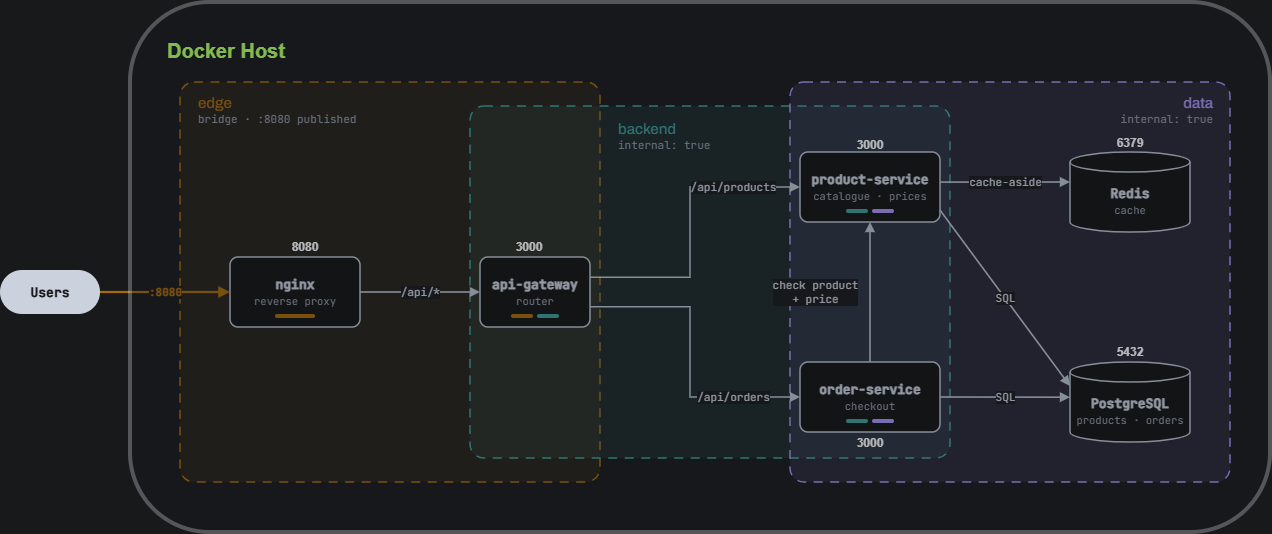
This is images/architecture.png from PreciousDipe/Microservices-Shop, a draw.io export, as it was before one commit. Source tidied: cells renumbered, new cells last; positions are measured from the earlier drawing's top-left corner, leaving out a move shared by most shapes. Its diagram source:
```xml
<mxGraphModel background="#F6F7F9">
  <root>
    <mxCell id="0" />
    <mxCell id="1" parent="0" />
    <mxCell id="2" style="rounded=1;absoluteArcSize=1;arcSize=28;html=1;fillColor=#D48A1A;fillOpacity=10;strokeColor=#D48A1A;strokeWidth=1.5;dashed=1;dashPattern=6 5;" parent="1" vertex="1">
      <mxGeometry x="180" y="80" width="420" height="400" as="geometry" />
    </mxCell>
    <mxCell id="3" style="rounded=1;absoluteArcSize=1;arcSize=28;html=1;fillColor=#1D8F8A;fillOpacity=10;strokeColor=#1D8F8A;strokeWidth=1.5;dashed=1;dashPattern=6 5;" parent="1" vertex="1">
      <mxGeometry x="470" y="104" width="480" height="352" as="geometry" />
    </mxCell>
    <mxCell id="4" style="rounded=1;absoluteArcSize=1;arcSize=28;html=1;fillColor=#6B4FC4;fillOpacity=12;strokeColor=#6B4FC4;strokeWidth=1.5;dashed=1;dashPattern=6 5;" parent="1" vertex="1">
      <mxGeometry x="790" y="80" width="440" height="400" as="geometry" />
    </mxCell>
    <mxCell id="5" value="edge" style="text;html=1;align=left;verticalAlign=middle;fontStyle=1;fontSize=15;fontColor=#D48A1A;fontFamily=Archivo;fontSource=https%3A%2F%2Ffonts.googleapis.com%2Fcss%3Ffamily%3DArchivo;" parent="1" vertex="1">
      <mxGeometry x="196" y="90" width="120" height="20" as="geometry" />
    </mxCell>
    <mxCell id="6" value="bridge · :8080 published" style="text;html=1;align=left;verticalAlign=middle;fontSize=11;fontColor=#5D6779;fontFamily=JetBrains Mono;fontSource=https%3A%2F%2Ffonts.googleapis.com%2Fcss%3Ffamily%3DJetBrains%2BMono;" parent="1" vertex="1">
      <mxGeometry x="196" y="108" width="200" height="18" as="geometry" />
    </mxCell>
    <mxCell id="7" value="backend" style="text;html=1;align=left;verticalAlign=middle;fontStyle=1;fontSize=15;fontColor=#1D8F8A;fontFamily=Archivo;fontSource=https%3A%2F%2Ffonts.googleapis.com%2Fcss%3Ffamily%3DArchivo;" parent="1" vertex="1">
      <mxGeometry x="616" y="116" width="120" height="20" as="geometry" />
    </mxCell>
    <mxCell id="8" value="internal: true" style="text;html=1;align=left;verticalAlign=middle;fontSize=11;fontColor=#5D6779;fontFamily=JetBrains Mono;fontSource=https%3A%2F%2Ffonts.googleapis.com%2Fcss%3Ffamily%3DJetBrains%2BMono;" parent="1" vertex="1">
      <mxGeometry x="616" y="134" width="140" height="18" as="geometry" />
    </mxCell>
    <mxCell id="9" value="data" style="text;html=1;align=right;verticalAlign=middle;fontStyle=1;fontSize=15;fontColor=#6B4FC4;fontFamily=Archivo;fontSource=https%3A%2F%2Ffonts.googleapis.com%2Fcss%3Ffamily%3DArchivo;" parent="1" vertex="1">
      <mxGeometry x="1094" y="90" width="120" height="20" as="geometry" />
    </mxCell>
    <mxCell id="10" value="internal: true" style="text;html=1;align=right;verticalAlign=middle;fontSize=11;fontColor=#5D6779;fontFamily=JetBrains Mono;fontSource=https%3A%2F%2Ffonts.googleapis.com%2Fcss%3Ffamily%3DJetBrains%2BMono;" parent="1" vertex="1">
      <mxGeometry x="1074" y="108" width="140" height="18" as="geometry" />
    </mxCell>
    <mxCell id="11" value="Users" style="rounded=1;arcSize=50;whiteSpace=wrap;html=1;fillColor=#1B2230;strokeColor=none;fontColor=#F6F7F9;fontSize=13;fontStyle=1;fontFamily=JetBrains Mono;fontSource=https%3A%2F%2Ffonts.googleapis.com%2Fcss%3Ffamily%3DJetBrains%2BMono;" parent="1" vertex="1">
      <mxGeometry y="268" width="100" height="44" as="geometry" />
    </mxCell>
    <mxCell id="12" value="&lt;b&gt;nginx&lt;/b&gt;&lt;br&gt;&lt;span style=&quot;font-size:10.5px;color:#5D6779&quot;&gt;reverse proxy&lt;/span&gt;" style="rounded=1;absoluteArcSize=1;arcSize=16;whiteSpace=wrap;html=1;fillColor=#FFFFFF;strokeColor=#2B3445;strokeWidth=1.5;fontSize=13;fontColor=#1B2230;fontFamily=JetBrains Mono;fontSource=https%3A%2F%2Ffonts.googleapis.com%2Fcss%3Ffamily%3DJetBrains%2BMono;" parent="1" vertex="1">
      <mxGeometry x="230" y="255" width="130" height="70" as="geometry" />
    </mxCell>
    <mxCell id="13" value="&lt;b&gt;api-gateway&lt;/b&gt;&lt;br&gt;&lt;span style=&quot;font-size:10.5px;color:#5D6779&quot;&gt;router&lt;/span&gt;" style="rounded=1;absoluteArcSize=1;arcSize=16;whiteSpace=wrap;html=1;fillColor=#FFFFFF;strokeColor=#2B3445;strokeWidth=1.5;fontSize=13;fontColor=#1B2230;fontFamily=JetBrains Mono;fontSource=https%3A%2F%2Ffonts.googleapis.com%2Fcss%3Ffamily%3DJetBrains%2BMono;" parent="1" vertex="1">
      <mxGeometry x="480" y="255" width="110" height="70" as="geometry" />
    </mxCell>
    <mxCell id="14" value="&lt;b&gt;product-service&lt;/b&gt;&lt;br&gt;&lt;span style=&quot;font-size:10.5px;color:#5D6779&quot;&gt;catalogue · prices&lt;/span&gt;" style="rounded=1;absoluteArcSize=1;arcSize=16;whiteSpace=wrap;html=1;fillColor=#FFFFFF;strokeColor=#2B3445;strokeWidth=1.5;fontSize=13;fontColor=#1B2230;fontFamily=JetBrains Mono;fontSource=https%3A%2F%2Ffonts.googleapis.com%2Fcss%3Ffamily%3DJetBrains%2BMono;" parent="1" vertex="1">
      <mxGeometry x="800" y="150" width="140" height="70" as="geometry" />
    </mxCell>
    <mxCell id="15" value="&lt;b&gt;order-service&lt;/b&gt;&lt;br&gt;&lt;span style=&quot;font-size:10.5px;color:#5D6779&quot;&gt;checkout&lt;/span&gt;" style="rounded=1;absoluteArcSize=1;arcSize=16;whiteSpace=wrap;html=1;fillColor=#FFFFFF;strokeColor=#2B3445;strokeWidth=1.5;fontSize=13;fontColor=#1B2230;fontFamily=JetBrains Mono;fontSource=https%3A%2F%2Ffonts.googleapis.com%2Fcss%3Ffamily%3DJetBrains%2BMono;" parent="1" vertex="1">
      <mxGeometry x="800" y="360" width="140" height="70" as="geometry" />
    </mxCell>
    <mxCell id="16" value="&lt;b&gt;Redis&lt;/b&gt;&lt;br&gt;&lt;span style=&quot;font-size:10.5px;color:#5D6779&quot;&gt;cache&lt;/span&gt;" style="shape=cylinder3;boundedLbl=1;backgroundOutline=1;size=10;whiteSpace=wrap;html=1;fillColor=#FFFFFF;strokeColor=#2B3445;strokeWidth=1.5;fontSize=13;fontColor=#1B2230;fontFamily=JetBrains Mono;fontSource=https%3A%2F%2Ffonts.googleapis.com%2Fcss%3Ffamily%3DJetBrains%2BMono;" parent="1" vertex="1">
      <mxGeometry x="1070" y="150" width="120" height="80" as="geometry" />
    </mxCell>
    <mxCell id="17" value="&lt;b&gt;PostgreSQL&lt;/b&gt;&lt;br&gt;&lt;span style=&quot;font-size:10.5px;color:#5D6779&quot;&gt;products · orders&lt;/span&gt;" style="shape=cylinder3;boundedLbl=1;backgroundOutline=1;size=10;whiteSpace=wrap;html=1;fillColor=#FFFFFF;strokeColor=#2B3445;strokeWidth=1.5;fontSize=13;fontColor=#1B2230;fontFamily=JetBrains Mono;fontSource=https%3A%2F%2Ffonts.googleapis.com%2Fcss%3Ffamily%3DJetBrains%2BMono;" parent="1" vertex="1">
      <mxGeometry x="1070" y="360" width="120" height="80" as="geometry" />
    </mxCell>
    <mxCell id="18" style="rounded=1;arcSize=50;fillColor=#D48A1A;strokeColor=none;" parent="1" vertex="1">
      <mxGeometry x="275" y="312" width="40" height="4" as="geometry" />
    </mxCell>
    <mxCell id="19" style="rounded=1;arcSize=50;fillColor=#D48A1A;strokeColor=none;" parent="1" vertex="1">
      <mxGeometry x="511" y="312" width="22" height="4" as="geometry" />
    </mxCell>
    <mxCell id="20" style="rounded=1;arcSize=50;fillColor=#1D8F8A;strokeColor=none;" parent="1" vertex="1">
      <mxGeometry x="537" y="312" width="22" height="4" as="geometry" />
    </mxCell>
    <mxCell id="21" style="rounded=1;arcSize=50;fillColor=#1D8F8A;strokeColor=none;" parent="1" vertex="1">
      <mxGeometry x="846" y="207" width="22" height="4" as="geometry" />
    </mxCell>
    <mxCell id="22" style="rounded=1;arcSize=50;fillColor=#6B4FC4;strokeColor=none;" parent="1" vertex="1">
      <mxGeometry x="872" y="207" width="22" height="4" as="geometry" />
    </mxCell>
    <mxCell id="23" style="rounded=1;arcSize=50;fillColor=#1D8F8A;strokeColor=none;" parent="1" vertex="1">
      <mxGeometry x="846" y="417" width="22" height="4" as="geometry" />
    </mxCell>
    <mxCell id="24" style="rounded=1;arcSize=50;fillColor=#6B4FC4;strokeColor=none;" parent="1" vertex="1">
      <mxGeometry x="872" y="417" width="22" height="4" as="geometry" />
    </mxCell>
    <mxCell id="25" value=":8080" style="html=1;endArrow=block;endFill=1;endSize=6;strokeColor=#D48A1A;strokeWidth=2.2;fontColor=#D48A1A;fontStyle=1;fontSize=11;labelBackgroundColor=#F6F7F9;exitX=1;exitY=0.5;entryX=0;entryY=0.5;fontFamily=JetBrains Mono;fontSource=https%3A%2F%2Ffonts.googleapis.com%2Fcss%3Ffamily%3DJetBrains%2BMono;" parent="1" edge="1" source="11" target="12">
      <mxGeometry relative="1" as="geometry" />
    </mxCell>
    <mxCell id="26" value="/api/*" style="html=1;endArrow=block;endFill=1;endSize=6;strokeColor=#2B3445;strokeWidth=1.6;fontColor=#1B2230;fontSize=11;labelBackgroundColor=#F6F7F9;exitX=1;exitY=0.5;entryX=0;entryY=0.5;fontFamily=JetBrains Mono;fontSource=https%3A%2F%2Ffonts.googleapis.com%2Fcss%3Ffamily%3DJetBrains%2BMono;" parent="1" edge="1" source="12" target="13">
      <mxGeometry relative="1" as="geometry" />
    </mxCell>
    <mxCell id="27" value="/api/products" style="html=1;edgeStyle=orthogonalEdgeStyle;rounded=0;endArrow=block;endFill=1;endSize=6;strokeColor=#2B3445;strokeWidth=1.6;fontColor=#1B2230;fontSize=11;labelBackgroundColor=#F6F7F9;exitX=1;exitY=0.29;entryX=0;entryY=0.5;fontFamily=JetBrains Mono;fontSource=https%3A%2F%2Ffonts.googleapis.com%2Fcss%3Ffamily%3DJetBrains%2BMono;" parent="1" edge="1" source="13" target="14">
      <mxGeometry x="0.55" relative="1" as="geometry">
        <Array as="points">
          <mxPoint x="690" y="275" />
          <mxPoint x="690" y="185" />
        </Array>
      </mxGeometry>
    </mxCell>
    <mxCell id="28" value="/api/orders" style="html=1;edgeStyle=orthogonalEdgeStyle;rounded=0;endArrow=block;endFill=1;endSize=6;strokeColor=#2B3445;strokeWidth=1.6;fontColor=#1B2230;fontSize=11;labelBackgroundColor=#F6F7F9;exitX=1;exitY=0.71;entryX=0;entryY=0.5;fontFamily=JetBrains Mono;fontSource=https%3A%2F%2Ffonts.googleapis.com%2Fcss%3Ffamily%3DJetBrains%2BMono;" parent="1" edge="1" source="13" target="15">
      <mxGeometry x="0.55" relative="1" as="geometry">
        <Array as="points">
          <mxPoint x="690" y="305" />
          <mxPoint x="690" y="395" />
        </Array>
      </mxGeometry>
    </mxCell>
    <mxCell id="29" value="check product&lt;br&gt;+ price" style="html=1;endArrow=block;endFill=1;endSize=6;strokeColor=#2B3445;strokeWidth=1.6;fontColor=#1B2230;fontSize=11;labelBackgroundColor=#F6F7F9;exitX=0.5;exitY=0;entryX=0.5;entryY=1;fontFamily=JetBrains Mono;fontSource=https%3A%2F%2Ffonts.googleapis.com%2Fcss%3Ffamily%3DJetBrains%2BMono;" parent="1" edge="1" source="15" target="14">
      <mxGeometry relative="1" as="geometry">
        <mxPoint x="-55" as="offset" />
      </mxGeometry>
    </mxCell>
    <mxCell id="30" value="cache-aside" style="html=1;endArrow=block;endFill=1;endSize=6;strokeColor=#2B3445;strokeWidth=1.6;fontColor=#1B2230;fontSize=11;labelBackgroundColor=#F6F7F9;exitX=1;exitY=0.43;entryX=0;entryY=0.375;fontFamily=JetBrains Mono;fontSource=https%3A%2F%2Ffonts.googleapis.com%2Fcss%3Ffamily%3DJetBrains%2BMono;" parent="1" edge="1" source="14" target="16">
      <mxGeometry relative="1" as="geometry" />
    </mxCell>
    <mxCell id="31" value="SQL" style="html=1;endArrow=block;endFill=1;endSize=6;strokeColor=#2B3445;strokeWidth=1.6;fontColor=#1B2230;fontSize=11;labelBackgroundColor=#F6F7F9;exitX=1;exitY=0.83;entryX=0;entryY=0.3;fontFamily=JetBrains Mono;fontSource=https%3A%2F%2Ffonts.googleapis.com%2Fcss%3Ffamily%3DJetBrains%2BMono;" parent="1" edge="1" source="14" target="17">
      <mxGeometry relative="1" as="geometry" />
    </mxCell>
    <mxCell id="32" value="SQL" style="html=1;endArrow=block;endFill=1;endSize=6;strokeColor=#2B3445;strokeWidth=1.6;fontColor=#1B2230;fontSize=11;labelBackgroundColor=#F6F7F9;exitX=1;exitY=0.5;entryX=0;entryY=0.44;fontFamily=JetBrains Mono;fontSource=https%3A%2F%2Ffonts.googleapis.com%2Fcss%3Ffamily%3DJetBrains%2BMono;" parent="1" edge="1" source="15" target="17">
      <mxGeometry relative="1" as="geometry" />
    </mxCell>
    <mxCell id="33" value="&lt;b&gt;8080&lt;/b&gt;" style="text;html=1;whiteSpace=wrap;strokeColor=none;fillColor=none;align=center;verticalAlign=middle;rounded=0;" parent="1" vertex="1">
      <mxGeometry x="275" y="230" width="60" height="30" as="geometry" />
    </mxCell>
    <mxCell id="34" value="&lt;b&gt;3000&lt;/b&gt;" style="text;html=1;whiteSpace=wrap;strokeColor=none;fillColor=none;align=center;verticalAlign=middle;rounded=0;" parent="1" vertex="1">
      <mxGeometry x="499" y="230" width="60" height="30" as="geometry" />
    </mxCell>
    <mxCell id="35" value="&lt;b&gt;3000&lt;/b&gt;" style="text;html=1;whiteSpace=wrap;strokeColor=none;fillColor=none;align=center;verticalAlign=middle;rounded=0;" parent="1" vertex="1">
      <mxGeometry x="840" y="128" width="60" height="30" as="geometry" />
    </mxCell>
    <mxCell id="36" value="&lt;b&gt;3000&lt;/b&gt;" style="text;html=1;whiteSpace=wrap;strokeColor=none;fillColor=none;align=center;verticalAlign=middle;rounded=0;" parent="1" vertex="1">
      <mxGeometry x="840" y="426" width="60" height="30" as="geometry" />
    </mxCell>
    <mxCell id="37" value="&lt;b&gt;5432&lt;/b&gt;" style="text;html=1;whiteSpace=wrap;strokeColor=none;fillColor=none;align=center;verticalAlign=middle;rounded=0;" parent="1" vertex="1">
      <mxGeometry x="1100" y="335" width="60" height="30" as="geometry" />
    </mxCell>
    <mxCell id="38" value="&lt;b&gt;6379&lt;/b&gt;" style="text;html=1;whiteSpace=wrap;strokeColor=none;fillColor=none;align=center;verticalAlign=middle;rounded=0;" parent="1" vertex="1">
      <mxGeometry x="1100" y="126" width="60" height="30" as="geometry" />
    </mxCell>
    <mxCell id="39" value="&lt;b&gt;&lt;font style=&quot;color: light-dark(rgb(179, 255, 102), rgb(179, 255, 102)); font-size: 20px;&quot;&gt;Docker Host&lt;/font&gt;&lt;/b&gt;" style="text;html=1;whiteSpace=wrap;strokeColor=none;fillColor=none;align=center;verticalAlign=middle;rounded=0;" parent="1" vertex="1">
      <mxGeometry x="153" y="18" width="146" height="60" as="geometry" />
    </mxCell>
    <mxCell id="40" style="rounded=1;whiteSpace=wrap;html=1;roundedPerimeter=1;fillColor=light-dark(#12161D,#12161D);opacity=30;strokeWidth=4;strokeColor=light-dark(#E3E7EE,#E3E7EE);" parent="1" vertex="1">
      <mxGeometry x="130" width="1140" height="530" as="geometry" />
    </mxCell>
  </root>
</mxGraphModel>
```
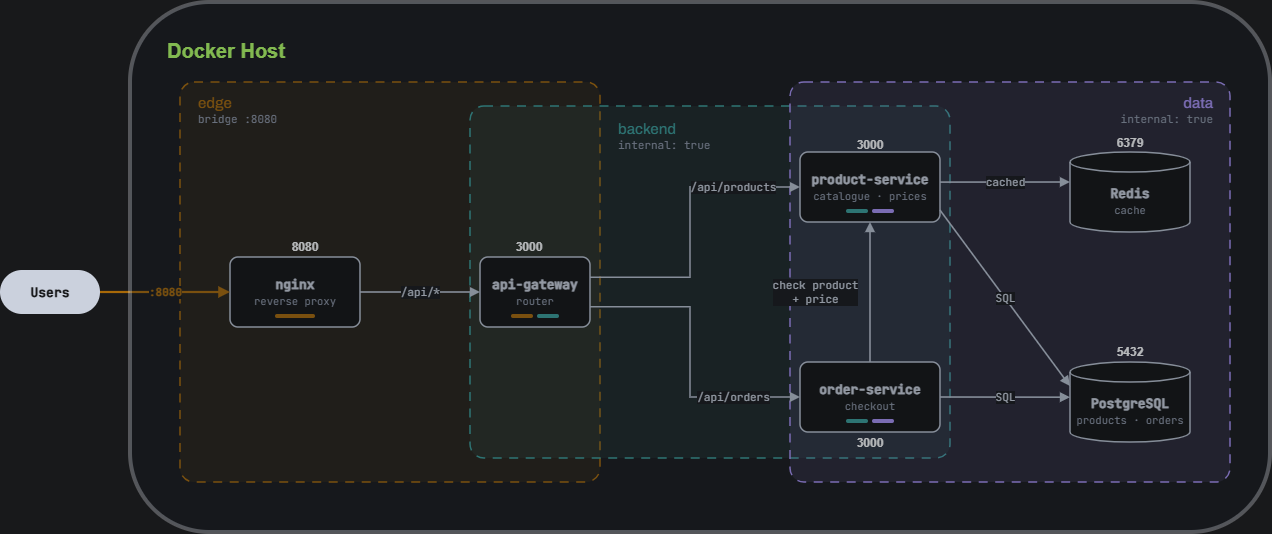
Later version of the same file.

Diff of the diagram source:
```diff
@@ -14,7 +14,7 @@
     <mxCell id="5" value="edge" style="text;html=1;align=left;verticalAlign=middle;fontStyle=1;fontSize=15;fontColor=#D48A1A;fontFamily=Archivo;fontSource=https%3A%2F%2Ffonts.googleapis.com%2Fcss%3Ffamily%3DArchivo;" parent="1" vertex="1">
       <mxGeometry x="196" y="90" width="120" height="20" as="geometry" />
     </mxCell>
-    <mxCell id="6" value="bridge · :8080 published" style="text;html=1;align=left;verticalAlign=middle;fontSize=11;fontColor=#5D6779;fontFamily=JetBrains Mono;fontSource=https%3A%2F%2Ffonts.googleapis.com%2Fcss%3Ffamily%3DJetBrains%2BMono;" parent="1" vertex="1">
+    <mxCell id="6" value="bridge :8080" style="text;html=1;align=left;verticalAlign=middle;fontSize=11;fontColor=#5D6779;fontFamily=JetBrains Mono;fontSource=https%3A%2F%2Ffonts.googleapis.com%2Fcss%3Ffamily%3DJetBrains%2BMono;" parent="1" vertex="1">
       <mxGeometry x="196" y="108" width="200" height="18" as="geometry" />
     </mxCell>
     <mxCell id="7" value="backend" style="text;html=1;align=left;verticalAlign=middle;fontStyle=1;fontSize=15;fontColor=#1D8F8A;fontFamily=Archivo;fontSource=https%3A%2F%2Ffonts.googleapis.com%2Fcss%3Ffamily%3DArchivo;" parent="1" vertex="1">
@@ -98,7 +98,7 @@
         <mxPoint x="-55" as="offset" />
       </mxGeometry>
     </mxCell>
-    <mxCell id="30" value="cache-aside" style="html=1;endArrow=block;endFill=1;endSize=6;strokeColor=#2B3445;strokeWidth=1.6;fontColor=#1B2230;fontSize=11;labelBackgroundColor=#F6F7F9;exitX=1;exitY=0.43;entryX=0;entryY=0.375;fontFamily=JetBrains Mono;fontSource=https%3A%2F%2Ffonts.googleapis.com%2Fcss%3Ffamily%3DJetBrains%2BMono;" parent="1" edge="1" source="14" target="16">
+    <mxCell id="30" value="cached" style="html=1;endArrow=block;endFill=1;endSize=6;strokeColor=#2B3445;strokeWidth=1.6;fontColor=#1B2230;fontSize=11;labelBackgroundColor=#F6F7F9;exitX=1;exitY=0.43;entryX=0;entryY=0.375;fontFamily=JetBrains Mono;fontSource=https%3A%2F%2Ffonts.googleapis.com%2Fcss%3Ffamily%3DJetBrains%2BMono;" parent="1" edge="1" source="14" target="16">
       <mxGeometry relative="1" as="geometry" />
     </mxCell>
     <mxCell id="31" value="SQL" style="html=1;endArrow=block;endFill=1;endSize=6;strokeColor=#2B3445;strokeWidth=1.6;fontColor=#1B2230;fontSize=11;labelBackgroundColor=#F6F7F9;exitX=1;exitY=0.83;entryX=0;entryY=0.3;fontFamily=JetBrains Mono;fontSource=https%3A%2F%2Ffonts.googleapis.com%2Fcss%3Ffamily%3DJetBrains%2BMono;" parent="1" edge="1" source="14" target="17">
```
